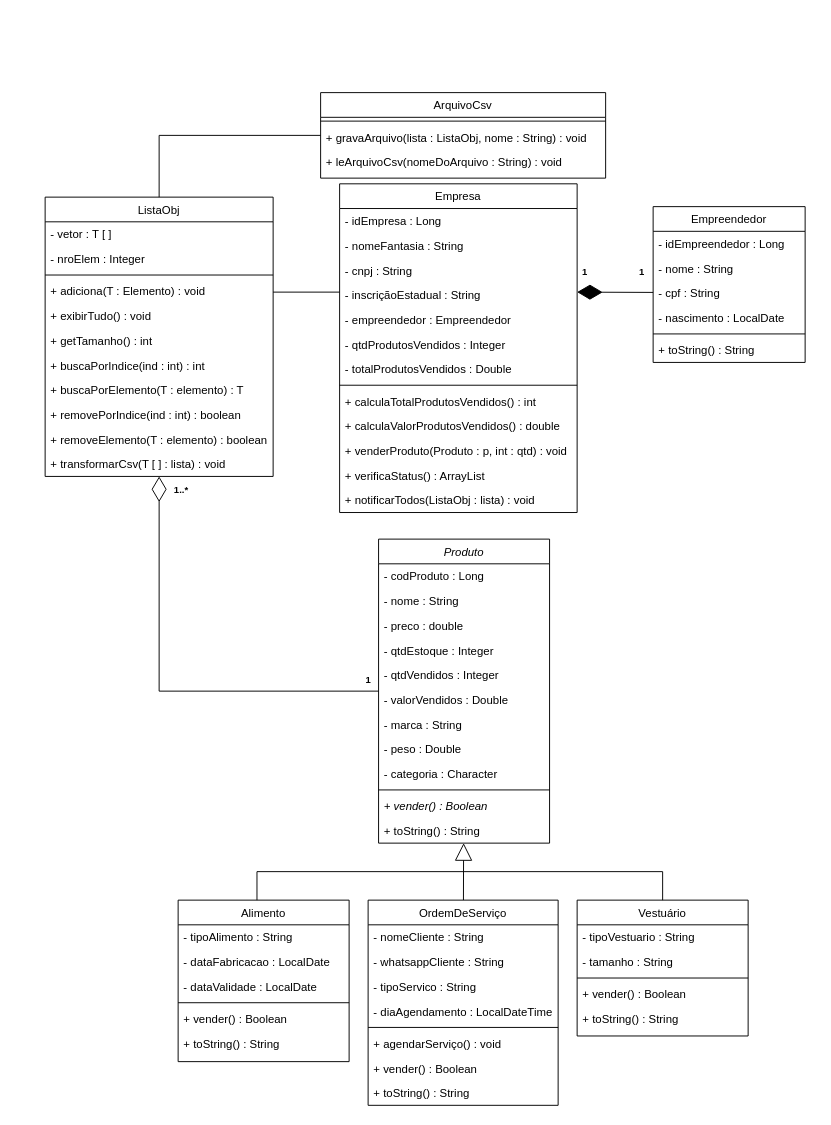
Above: Diagramas/UML/UML_Sollute.drawio in ogabrielalves/Sollute (draw.io), before the change. Source tidied: cells renumbered, new cells numbered last; positions are measured from the earlier drawing's top-left corner, leaving out a move shared by most shapes. Both pictures are drawn from the tidied source at 95%, with x=0, y=0 at pixel (45, 92).
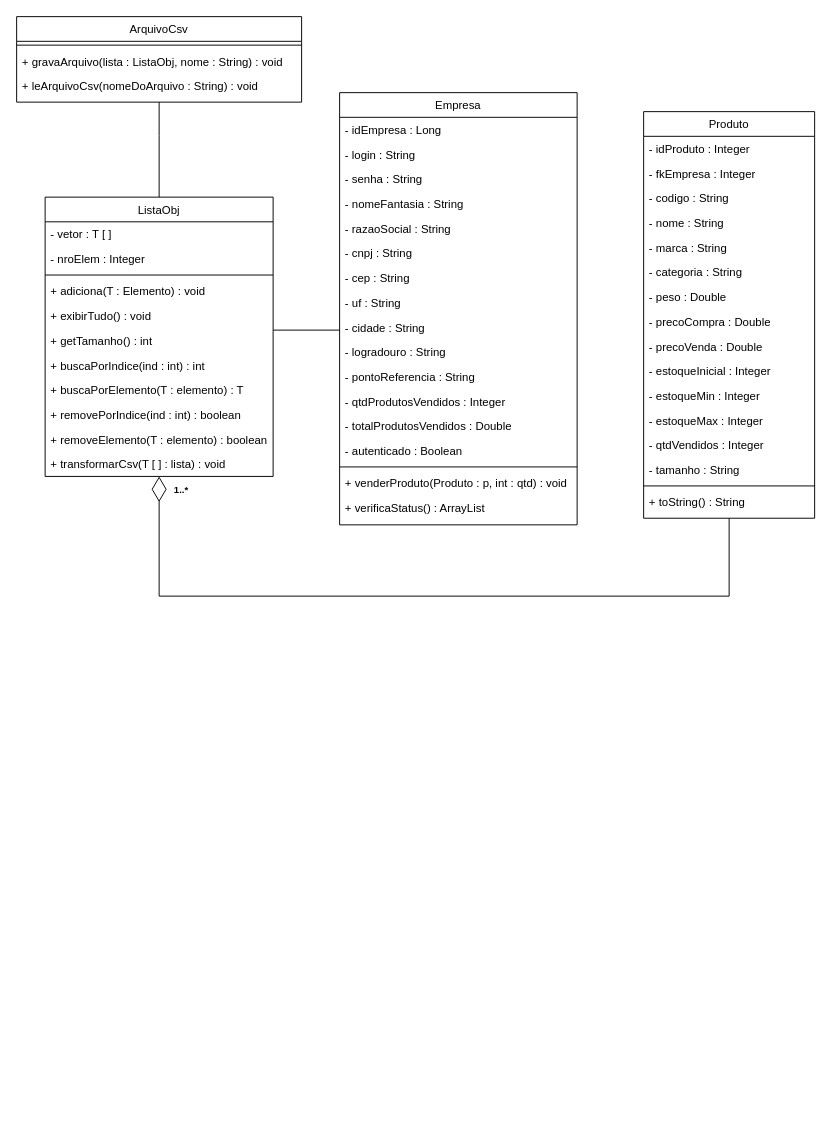
After the change.

The change refers to these unchanged cells:
```xml
<mxCell id="19" value="ListaObj" style="swimlane;fontStyle=0;align=center;verticalAlign=top;horizontal=1;startSize=26;rounded=0;shadow=0;strokeWidth=1;gradientColor=none;fillColor=default;" parent="1" vertex="1">
  <mxGeometry y="110" width="240" height="294" as="geometry" />
</mxCell>
```

What changed in the source:
```diff
@@
-    <mxCell id="2" style="endArrow=block;endSize=16;endFill=0;html=1;rounded=0;" parent="1" edge="1" source="68" target="4">
-      <mxGeometry relative="1" as="geometry" />
-    </mxCell>
-    <mxCell id="3" style="endArrow=diamondThin;endFill=1;endSize=24;html=1;rounded=0;" parent="1" edge="1">
-      <mxGeometry relative="1" as="geometry">
-        <mxPoint x="640" y="210.3" as="sourcePoint" />
-        <mxPoint x="560" y="210" as="targetPoint" />
-      </mxGeometry>
-    </mxCell>
-    <mxCell id="4" value="Produto" style="swimlane;fontStyle=2;align=center;verticalAlign=top;horizontal=1;startSize=26;rounded=0;shadow=0;strokeWidth=1;fillColor=default;" parent="1" vertex="1">
-      <mxGeometry x="351" y="470" width="180" height="320" as="geometry" />
+    <mxCell id="4" value="Produto" style="swimlane;fontStyle=0;align=center;verticalAlign=top;horizontal=1;startSize=26;rounded=0;shadow=0;strokeWidth=1;fillColor=default;" parent="1" vertex="1">
+      <mxGeometry x="630" y="20" width="180" height="428" as="geometry" />
     </mxCell>
-    <mxCell id="5" value="- codProduto : Long" style="text;align=left;verticalAlign=top;spacingLeft=4;spacingRight=4;overflow=hidden;" parent="4" vertex="1">
+    <mxCell id="5" value="- idProduto : Integer" style="text;align=left;verticalAlign=top;spacingLeft=4;spacingRight=4;overflow=hidden;" parent="4" vertex="1">
       <mxGeometry y="26" width="180" height="26" as="geometry" />
     </mxCell>
+    <mxCell id="85" value="- fkEmpresa : Integer" style="text;align=left;verticalAlign=top;spacingLeft=4;spacingRight=4;overflow=hidden;" parent="4" vertex="1">
+      <mxGeometry y="52" width="180" height="26" as="geometry" />
+    </mxCell>
+    <mxCell id="86" value="- codigo : String" style="text;align=left;verticalAlign=top;spacingLeft=4;spacingRight=4;overflow=hidden;" parent="4" vertex="1">
+      <mxGeometry y="78" width="180" height="26" as="geometry" />
+    </mxCell>
     <mxCell id="6" value="- nome : String" style="text;align=left;verticalAlign=top;spacingLeft=4;spacingRight=4;overflow=hidden;" parent="4" vertex="1">
-      <mxGeometry y="52" width="180" height="26" as="geometry" />
+      <mxGeometry y="104" width="180" height="26" as="geometry" />
     </mxCell>
+    <mxCell id="87" value="- marca : String" style="text;align=left;verticalAlign=top;spacingLeft=4;spacingRight=4;overflow=hidden;" parent="4" vertex="1">
+      <mxGeometry y="130" width="180" height="26" as="geometry" />
+    </mxCell>
+    <mxCell id="13" value="- categoria : String" style="text;align=left;verticalAlign=top;spacingLeft=4;spacingRight=4;overflow=hidden;rounded=0;shadow=0;html=0;" parent="4" vertex="1">
+      <mxGeometry y="156" width="180" height="26" as="geometry" />
+    </mxCell>
+    <mxCell id="12" value="- peso : Double" style="text;align=left;verticalAlign=top;spacingLeft=4;spacingRight=4;overflow=hidden;rounded=0;shadow=0;html=0;" parent="4" vertex="1">
+      <mxGeometry y="182" width="180" height="26" as="geometry" />
+    </mxCell>
-    <mxCell id="7" value="- preco : double" style="text;align=left;verticalAlign=top;spacingLeft=4;spacingRight=4;overflow=hidden;rounded=0;shadow=0;html=0;" parent="4" vertex="1">
-      <mxGeometry y="78" width="180" height="26" as="geometry" />
+    <mxCell id="7" value="- precoCompra : Double" style="text;align=left;verticalAlign=top;spacingLeft=4;spacingRight=4;overflow=hidden;rounded=0;shadow=0;html=0;" parent="4" vertex="1">
+      <mxGeometry y="208" width="180" height="26" as="geometry" />
     </mxCell>
+    <mxCell id="88" value="- precoVenda : Double" style="text;align=left;verticalAlign=top;spacingLeft=4;spacingRight=4;overflow=hidden;rounded=0;shadow=0;html=0;" parent="4" vertex="1">
+      <mxGeometry y="234" width="180" height="26" as="geometry" />
+    </mxCell>
-    <mxCell id="8" value="- qtdEstoque : Integer" style="text;align=left;verticalAlign=top;spacingLeft=4;spacingRight=4;overflow=hidden;rounded=0;shadow=0;html=0;" parent="4" vertex="1">
-      <mxGeometry y="104" width="180" height="26" as="geometry" />
+    <mxCell id="8" value="- estoqueInicial : Integer" style="text;align=left;verticalAlign=top;spacingLeft=4;spacingRight=4;overflow=hidden;rounded=0;shadow=0;html=0;" parent="4" vertex="1">
+      <mxGeometry y="260" width="180" height="26" as="geometry" />
     </mxCell>
+    <mxCell id="89" value="- estoqueMin : Integer" style="text;align=left;verticalAlign=top;spacingLeft=4;spacingRight=4;overflow=hidden;rounded=0;shadow=0;html=0;" parent="4" vertex="1">
+      <mxGeometry y="286" width="180" height="26" as="geometry" />
+    </mxCell>
+    <mxCell id="90" value="- estoqueMax : Integer" style="text;align=left;verticalAlign=top;spacingLeft=4;spacingRight=4;overflow=hidden;rounded=0;shadow=0;html=0;" parent="4" vertex="1">
+      <mxGeometry y="312" width="180" height="26" as="geometry" />
+    </mxCell>
     <mxCell id="9" value="- qtdVendidos : Integer" style="text;align=left;verticalAlign=top;spacingLeft=4;spacingRight=4;overflow=hidden;rounded=0;shadow=0;html=0;" parent="4" vertex="1">
-      <mxGeometry y="130" width="180" height="26" as="geometry" />
+      <mxGeometry y="338" width="180" height="26" as="geometry" />
     </mxCell>
-    <mxCell id="10" value="- valorVendidos : Double" style="text;align=left;verticalAlign=top;spacingLeft=4;spacingRight=4;overflow=hidden;rounded=0;shadow=0;html=0;" parent="4" vertex="1">
-      <mxGeometry y="156" width="180" height="26" as="geometry" />
-    </mxCell>
-    <mxCell id="11" value="- marca : String" style="text;align=left;verticalAlign=top;spacingLeft=4;spacingRight=4;overflow=hidden;rounded=0;shadow=0;html=0;" parent="4" vertex="1">
-      <mxGeometry y="182" width="180" height="26" as="geometry" />
+    <mxCell id="11" value="- tamanho : String" style="text;align=left;verticalAlign=top;spacingLeft=4;spacingRight=4;overflow=hidden;rounded=0;shadow=0;html=0;" parent="4" vertex="1">
+      <mxGeometry y="364" width="180" height="26" as="geometry" />
     </mxCell>
-    <mxCell id="12" value="- peso : Double" style="text;align=left;verticalAlign=top;spacingLeft=4;spacingRight=4;overflow=hidden;rounded=0;shadow=0;html=0;" parent="4" vertex="1">
-      <mxGeometry y="208" width="180" height="26" as="geometry" />
-    </mxCell>
-    <mxCell id="13" value="- categoria : Character" style="text;align=left;verticalAlign=top;spacingLeft=4;spacingRight=4;overflow=hidden;rounded=0;shadow=0;html=0;" parent="4" vertex="1">
-      <mxGeometry y="234" width="180" height="26" as="geometry" />
-    </mxCell>
     <mxCell id="14" style="line;html=1;strokeWidth=1;align=left;verticalAlign=middle;spacingTop=-1;spacingLeft=3;spacingRight=3;labelPosition=right;" parent="4" vertex="1">
-      <mxGeometry y="260" width="180" height="8" as="geometry" />
+      <mxGeometry y="390" width="180" height="8" as="geometry" />
     </mxCell>
-    <mxCell id="15" value="+ vender() : Boolean" style="text;align=left;verticalAlign=top;spacingLeft=4;spacingRight=4;overflow=hidden;fontStyle=2;" parent="4" vertex="1">
-      <mxGeometry y="268" width="180" height="26" as="geometry" />
-    </mxCell>
     <mxCell id="16" value="+ toString() : String" style="text;align=left;verticalAlign=top;spacingLeft=4;spacingRight=4;overflow=hidden;fontStyle=0;" parent="4" vertex="1">
-      <mxGeometry y="294" width="180" height="26" as="geometry" />
+      <mxGeometry y="398" width="180" height="26" as="geometry" />
     </mxCell>
-    <mxCell id="17" value="1" style="text;html=1;align=center;verticalAlign=middle;strokeColor=none;fillColor=none;fontSize=10;fontStyle=1;" parent="1" vertex="1">
-      <mxGeometry x="560" y="180" width="16" height="16" as="geometry" />
-    </mxCell>
-    <mxCell id="18" value="1" style="text;html=1;align=center;verticalAlign=middle;strokeColor=none;fillColor=none;fontSize=10;fontStyle=1;" parent="1" vertex="1">
-      <mxGeometry x="620" y="180" width="16" height="16" as="geometry" />
-    </mxCell>
@@
     <mxCell id="31" style="endArrow=diamondThin;endFill=0;endSize=24;html=1;rounded=0;" parent="1" edge="1" source="4" target="19">
       <mxGeometry relative="1" as="geometry">
         <Array as="points">
-          <mxPoint x="120" y="630" />
+          <mxPoint x="720" y="530" />
+          <mxPoint x="120" y="530" />
         </Array>
       </mxGeometry>
     </mxCell>
-    <mxCell id="32" value="1" style="text;html=1;align=center;verticalAlign=middle;strokeColor=none;fillColor=none;fontSize=10;fontStyle=1;" parent="1" vertex="1">
-      <mxGeometry x="332" y="610" width="16" height="16" as="geometry" />
-    </mxCell>
@@
     <mxCell id="34" value="Empresa" style="swimlane;fontStyle=0;align=center;verticalAlign=top;horizontal=1;startSize=26;rounded=0;shadow=0;strokeWidth=1;gradientColor=none;" parent="1" vertex="1">
-      <mxGeometry x="310" y="96" width="250" height="346" as="geometry" />
+      <mxGeometry x="310" width="250" height="455" as="geometry" />
     </mxCell>
@@
+    <mxCell id="91" value="- login : String" style="text;align=left;verticalAlign=top;spacingLeft=4;spacingRight=4;overflow=hidden;" parent="34" vertex="1">
+      <mxGeometry y="52" width="250" height="26" as="geometry" />
+    </mxCell>
+    <mxCell id="92" value="- senha : String" style="text;align=left;verticalAlign=top;spacingLeft=4;spacingRight=4;overflow=hidden;" parent="34" vertex="1">
+      <mxGeometry y="78" width="250" height="26" as="geometry" />
+    </mxCell>
     <mxCell id="36" value="- nomeFantasia : String" style="text;align=left;verticalAlign=top;spacingLeft=4;spacingRight=4;overflow=hidden;" parent="34" vertex="1">
-      <mxGeometry y="52" width="250" height="26" as="geometry" />
+      <mxGeometry y="104" width="250" height="26" as="geometry" />
     </mxCell>
+    <mxCell id="93" value="- razaoSocial : String" style="text;align=left;verticalAlign=top;spacingLeft=4;spacingRight=4;overflow=hidden;" parent="34" vertex="1">
+      <mxGeometry y="130" width="250" height="26" as="geometry" />
+    </mxCell>
     <mxCell id="37" value="- cnpj : String" style="text;align=left;verticalAlign=top;spacingLeft=4;spacingRight=4;overflow=hidden;rounded=0;shadow=0;html=0;" parent="34" vertex="1">
-      <mxGeometry y="78" width="250" height="26" as="geometry" />
+      <mxGeometry y="156" width="250" height="26" as="geometry" />
     </mxCell>
-    <mxCell id="38" value="- inscriçãoEstadual : String" style="text;align=left;verticalAlign=top;spacingLeft=4;spacingRight=4;overflow=hidden;rounded=0;shadow=0;html=0;" parent="34" vertex="1">
-      <mxGeometry y="104" width="250" height="26" as="geometry" />
-    </mxCell>
-    <mxCell id="39" value="- empreendedor : Empreendedor" style="text;align=left;verticalAlign=top;spacingLeft=4;spacingRight=4;overflow=hidden;rounded=0;shadow=0;html=0;" parent="34" vertex="1">
-      <mxGeometry y="130" width="250" height="26" as="geometry" />
-    </mxCell>
+    <mxCell id="94" value="- cep : String" style="text;align=left;verticalAlign=top;spacingLeft=4;spacingRight=4;overflow=hidden;rounded=0;shadow=0;html=0;" parent="34" vertex="1">
+      <mxGeometry y="182" width="250" height="26" as="geometry" />
+    </mxCell>
+    <mxCell id="95" value="- uf : String" style="text;align=left;verticalAlign=top;spacingLeft=4;spacingRight=4;overflow=hidden;rounded=0;shadow=0;html=0;" parent="34" vertex="1">
+      <mxGeometry y="208" width="250" height="26" as="geometry" />
+    </mxCell>
+    <mxCell id="96" value="- cidade : String" style="text;align=left;verticalAlign=top;spacingLeft=4;spacingRight=4;overflow=hidden;rounded=0;shadow=0;html=0;" parent="34" vertex="1">
+      <mxGeometry y="234" width="250" height="26" as="geometry" />
+    </mxCell>
+    <mxCell id="97" value="- logradouro : String" style="text;align=left;verticalAlign=top;spacingLeft=4;spacingRight=4;overflow=hidden;rounded=0;shadow=0;html=0;" parent="34" vertex="1">
+      <mxGeometry y="260" width="250" height="26" as="geometry" />
+    </mxCell>
+    <mxCell id="98" value="- pontoReferencia : String" style="text;align=left;verticalAlign=top;spacingLeft=4;spacingRight=4;overflow=hidden;rounded=0;shadow=0;html=0;" parent="34" vertex="1">
+      <mxGeometry y="286" width="250" height="26" as="geometry" />
+    </mxCell>
     <mxCell id="40" value="- qtdProdutosVendidos : Integer" style="text;align=left;verticalAlign=top;spacingLeft=4;spacingRight=4;overflow=hidden;rounded=0;shadow=0;html=0;" parent="34" vertex="1">
-      <mxGeometry y="156" width="250" height="26" as="geometry" />
+      <mxGeometry y="312" width="250" height="26" as="geometry" />
     </mxCell>
     <mxCell id="41" value="- totalProdutosVendidos : Double" style="text;align=left;verticalAlign=top;spacingLeft=4;spacingRight=4;overflow=hidden;rounded=0;shadow=0;html=0;" parent="34" vertex="1">
-      <mxGeometry y="182" width="250" height="26" as="geometry" />
+      <mxGeometry y="338" width="250" height="26" as="geometry" />
     </mxCell>
+    <mxCell id="99" value="- autenticado : Boolean" style="text;align=left;verticalAlign=top;spacingLeft=4;spacingRight=4;overflow=hidden;rounded=0;shadow=0;html=0;" parent="34" vertex="1">
+      <mxGeometry y="364" width="250" height="26" as="geometry" />
+    </mxCell>
     <mxCell id="42" style="line;html=1;strokeWidth=1;align=left;verticalAlign=middle;spacingTop=-1;spacingLeft=3;spacingRight=3;labelPosition=right;" parent="34" vertex="1">
-      <mxGeometry y="208" width="250" height="8" as="geometry" />
+      <mxGeometry y="390" width="250" height="8" as="geometry" />
     </mxCell>
-    <mxCell id="43" value="+ calculaTotalProdutosVendidos() : int" style="text;align=left;verticalAlign=top;spacingLeft=4;spacingRight=4;overflow=hidden;" parent="34" vertex="1">
-      <mxGeometry y="216" width="250" height="26" as="geometry" />
-    </mxCell>
-    <mxCell id="44" value="+ calculaValorProdutosVendidos() : double" style="text;align=left;verticalAlign=top;spacingLeft=4;spacingRight=4;overflow=hidden;" parent="34" vertex="1">
-      <mxGeometry y="242" width="250" height="26" as="geometry" />
-    </mxCell>
     <mxCell id="45" value="+ venderProduto(Produto : p, int : qtd) : void" style="text;align=left;verticalAlign=top;spacingLeft=4;spacingRight=4;overflow=hidden;" parent="34" vertex="1">
-      <mxGeometry y="268" width="250" height="26" as="geometry" />
+      <mxGeometry y="398" width="250" height="26" as="geometry" />
     </mxCell>
     <mxCell id="46" value="+ verificaStatus() : ArrayList" style="text;align=left;verticalAlign=top;spacingLeft=4;spacingRight=4;overflow=hidden;" parent="34" vertex="1">
-      <mxGeometry y="294" width="250" height="26" as="geometry" />
+      <mxGeometry y="424" width="250" height="26" as="geometry" />
     </mxCell>
-    <mxCell id="47" value="+ notificarTodos(ListaObj : lista) : void" style="text;align=left;verticalAlign=top;spacingLeft=4;spacingRight=4;overflow=hidden;" parent="34" vertex="1">
-      <mxGeometry y="320" width="250" height="26" as="geometry" />
-    </mxCell>
-    <mxCell id="48" value="Empreendedor" style="swimlane;fontStyle=0;align=center;verticalAlign=top;horizontal=1;startSize=26;rounded=0;shadow=0;strokeWidth=1;" parent="1" vertex="1">
-      <mxGeometry x="640" y="120" width="160" height="164" as="geometry" />
-    </mxCell>
-    <mxCell id="49" value="- idEmpreendedor : Long" style="text;align=left;verticalAlign=top;spacingLeft=4;spacingRight=4;overflow=hidden;" parent="48" vertex="1">
-      <mxGeometry y="26" width="160" height="26" as="geometry" />
-    </mxCell>
-    <mxCell id="50" value="- nome : String" style="text;align=left;verticalAlign=top;spacingLeft=4;spacingRight=4;overflow=hidden;" parent="48" vertex="1">
-      <mxGeometry y="52" width="160" height="26" as="geometry" />
-    </mxCell>
-    <mxCell id="51" value="- cpf : String" style="text;align=left;verticalAlign=top;spacingLeft=4;spacingRight=4;overflow=hidden;rounded=0;shadow=0;html=0;" parent="48" vertex="1">
-      <mxGeometry y="78" width="160" height="26" as="geometry" />
-    </mxCell>
-    <mxCell id="52" value="- nascimento : LocalDate" style="text;align=left;verticalAlign=top;spacingLeft=4;spacingRight=4;overflow=hidden;rounded=0;shadow=0;html=0;" parent="48" vertex="1">
-      <mxGeometry y="104" width="160" height="26" as="geometry" />
-    </mxCell>
-    <mxCell id="53" style="line;html=1;strokeWidth=1;align=left;verticalAlign=middle;spacingTop=-1;spacingLeft=3;spacingRight=3;labelPosition=right;" parent="48" vertex="1">
-      <mxGeometry y="130" width="160" height="8" as="geometry" />
-    </mxCell>
-    <mxCell id="54" value="+ toString() : String" style="text;align=left;verticalAlign=top;spacingLeft=4;spacingRight=4;overflow=hidden;fontStyle=0;" parent="48" vertex="1">
-      <mxGeometry y="138" width="160" height="26" as="geometry" />
-    </mxCell>
     <mxCell id="55" value="ArquivoCsv" style="swimlane;fontStyle=0;align=center;verticalAlign=top;horizontal=1;startSize=26;rounded=0;shadow=0;strokeWidth=1;fillColor=default;" parent="1" vertex="1">
-      <mxGeometry x="290" width="300" height="90" as="geometry" />
+      <mxGeometry x="-30" y="-80" width="300" height="90" as="geometry" />
     </mxCell>
@@
     <mxCell id="60" style="endArrow=none;html=1;rounded=0;" parent="1" edge="1">
       <mxGeometry relative="1" as="geometry">
-        <mxPoint x="240" y="210" as="sourcePoint" />
-        <mxPoint x="310" y="210" as="targetPoint" />
+        <mxPoint x="240" y="250" as="sourcePoint" />
+        <mxPoint x="310" y="250" as="targetPoint" />
       </mxGeometry>
     </mxCell>
-    <mxCell id="61" value="Alimento" style="swimlane;fontStyle=0;align=center;verticalAlign=top;horizontal=1;startSize=26;rounded=0;shadow=0;strokeWidth=1;" parent="1" vertex="1">
-      <mxGeometry x="140" y="850" width="180" height="170" as="geometry" />
-    </mxCell>
-    <mxCell id="62" value="- tipoAlimento : String" style="text;align=left;verticalAlign=top;spacingLeft=4;spacingRight=4;overflow=hidden;rounded=0;shadow=0;html=0;" parent="61" vertex="1">
-      <mxGeometry y="26" width="180" height="26" as="geometry" />
-    </mxCell>
-    <mxCell id="63" value="- dataFabricacao : LocalDate" style="text;align=left;verticalAlign=top;spacingLeft=4;spacingRight=4;overflow=hidden;rounded=0;shadow=0;html=0;" parent="61" vertex="1">
-      <mxGeometry y="52" width="180" height="26" as="geometry" />
-    </mxCell>
-    <mxCell id="64" value="- dataValidade : LocalDate" style="text;align=left;verticalAlign=top;spacingLeft=4;spacingRight=4;overflow=hidden;" parent="61" vertex="1">
-      <mxGeometry y="78" width="180" height="26" as="geometry" />
-    </mxCell>
-    <mxCell id="65" style="line;html=1;strokeWidth=1;align=left;verticalAlign=middle;spacingTop=-1;spacingLeft=3;spacingRight=3;labelPosition=right;" parent="61" vertex="1">
-      <mxGeometry y="104" width="180" height="8" as="geometry" />
-    </mxCell>
-    <mxCell id="66" value="+ vender() : Boolean" style="text;align=left;verticalAlign=top;spacingLeft=4;spacingRight=4;overflow=hidden;" parent="61" vertex="1">
-      <mxGeometry y="112" width="180" height="26" as="geometry" />
-    </mxCell>
-    <mxCell id="67" value="+ toString() : String" style="text;align=left;verticalAlign=top;spacingLeft=4;spacingRight=4;overflow=hidden;" parent="61" vertex="1">
-      <mxGeometry y="138" width="180" height="26" as="geometry" />
-    </mxCell>
-    <mxCell id="68" value="OrdemDeServiço" style="swimlane;fontStyle=0;align=center;verticalAlign=top;horizontal=1;startSize=26;rounded=0;shadow=0;strokeWidth=1;" parent="1" vertex="1">
-      <mxGeometry x="340" y="850" width="200" height="216" as="geometry" />
-    </mxCell>
-    <mxCell id="69" value="- nomeCliente : String" style="text;align=left;verticalAlign=top;spacingLeft=4;spacingRight=4;overflow=hidden;" parent="68" vertex="1">
-      <mxGeometry y="26" width="200" height="26" as="geometry" />
-    </mxCell>
-    <mxCell id="70" value="- whatsappCliente : String" style="text;align=left;verticalAlign=top;spacingLeft=4;spacingRight=4;overflow=hidden;" parent="68" vertex="1">
-      <mxGeometry y="52" width="200" height="26" as="geometry" />
-    </mxCell>
-    <mxCell id="71" value="- tipoServico : String" style="text;align=left;verticalAlign=top;spacingLeft=4;spacingRight=4;overflow=hidden;" parent="68" vertex="1">
-      <mxGeometry y="78" width="200" height="26" as="geometry" />
-    </mxCell>
-    <mxCell id="72" value="- diaAgendamento : LocalDateTime" style="text;align=left;verticalAlign=top;spacingLeft=4;spacingRight=4;overflow=hidden;" parent="68" vertex="1">
-      <mxGeometry y="104" width="200" height="26" as="geometry" />
-    </mxCell>
-    <mxCell id="73" style="line;html=1;strokeWidth=1;align=left;verticalAlign=middle;spacingTop=-1;spacingLeft=3;spacingRight=3;labelPosition=right;" parent="68" vertex="1">
-      <mxGeometry y="130" width="200" height="8" as="geometry" />
-    </mxCell>
-    <mxCell id="74" value="+ agendarServiço() : void" style="text;align=left;verticalAlign=top;spacingLeft=4;spacingRight=4;overflow=hidden;" parent="68" vertex="1">
-      <mxGeometry y="138" width="200" height="26" as="geometry" />
-    </mxCell>
-    <mxCell id="75" value="+ vender() : Boolean" style="text;align=left;verticalAlign=top;spacingLeft=4;spacingRight=4;overflow=hidden;" parent="68" vertex="1">
-      <mxGeometry y="164" width="200" height="26" as="geometry" />
-    </mxCell>
-    <mxCell id="76" value="+ toString() : String" style="text;align=left;verticalAlign=top;spacingLeft=4;spacingRight=4;overflow=hidden;" parent="68" vertex="1">
-      <mxGeometry y="190" width="200" height="26" as="geometry" />
-    </mxCell>
-    <mxCell id="77" value="Vestuário" style="swimlane;fontStyle=0;align=center;verticalAlign=top;horizontal=1;startSize=26;rounded=0;shadow=0;strokeWidth=1;" parent="1" vertex="1">
-      <mxGeometry x="560" y="850" width="180" height="143" as="geometry" />
-    </mxCell>
-    <mxCell id="78" value="- tipoVestuario : String" style="text;align=left;verticalAlign=top;spacingLeft=4;spacingRight=4;overflow=hidden;" parent="77" vertex="1">
-      <mxGeometry y="26" width="180" height="26" as="geometry" />
-    </mxCell>
-    <mxCell id="79" value="- tamanho : String" style="text;align=left;verticalAlign=top;spacingLeft=4;spacingRight=4;overflow=hidden;rounded=0;shadow=0;html=0;" parent="77" vertex="1">
-      <mxGeometry y="52" width="180" height="26" as="geometry" />
-    </mxCell>
-    <mxCell id="80" style="line;html=1;strokeWidth=1;align=left;verticalAlign=middle;spacingTop=-1;spacingLeft=3;spacingRight=3;labelPosition=right;" parent="77" vertex="1">
-      <mxGeometry y="78" width="180" height="8" as="geometry" />
-    </mxCell>
-    <mxCell id="81" value="+ vender() : Boolean" style="text;align=left;verticalAlign=top;spacingLeft=4;spacingRight=4;overflow=hidden;" parent="77" vertex="1">
-      <mxGeometry y="86" width="180" height="26" as="geometry" />
-    </mxCell>
-    <mxCell id="82" value="+ toString() : String" style="text;align=left;verticalAlign=top;spacingLeft=4;spacingRight=4;overflow=hidden;" parent="77" vertex="1">
-      <mxGeometry y="112" width="180" height="26" as="geometry" />
-    </mxCell>
-    <mxCell id="83" style="endArrow=none;html=1;rounded=0;" parent="1" edge="1">
-      <mxGeometry relative="1" as="geometry">
-        <mxPoint x="223" y="850" as="sourcePoint" />
-        <mxPoint x="440" y="820" as="targetPoint" />
-        <Array as="points">
-          <mxPoint x="223" y="820" />
-        </Array>
-      </mxGeometry>
-    </mxCell>
-    <mxCell id="84" style="endArrow=none;html=1;rounded=0;" parent="1" edge="1">
-      <mxGeometry relative="1" as="geometry">
-        <mxPoint x="440" y="820" as="sourcePoint" />
-        <mxPoint x="650" y="850" as="targetPoint" />
-        <Array as="points">
-          <mxPoint x="650" y="820" />
-        </Array>
-      </mxGeometry>
-    </mxCell>
```
